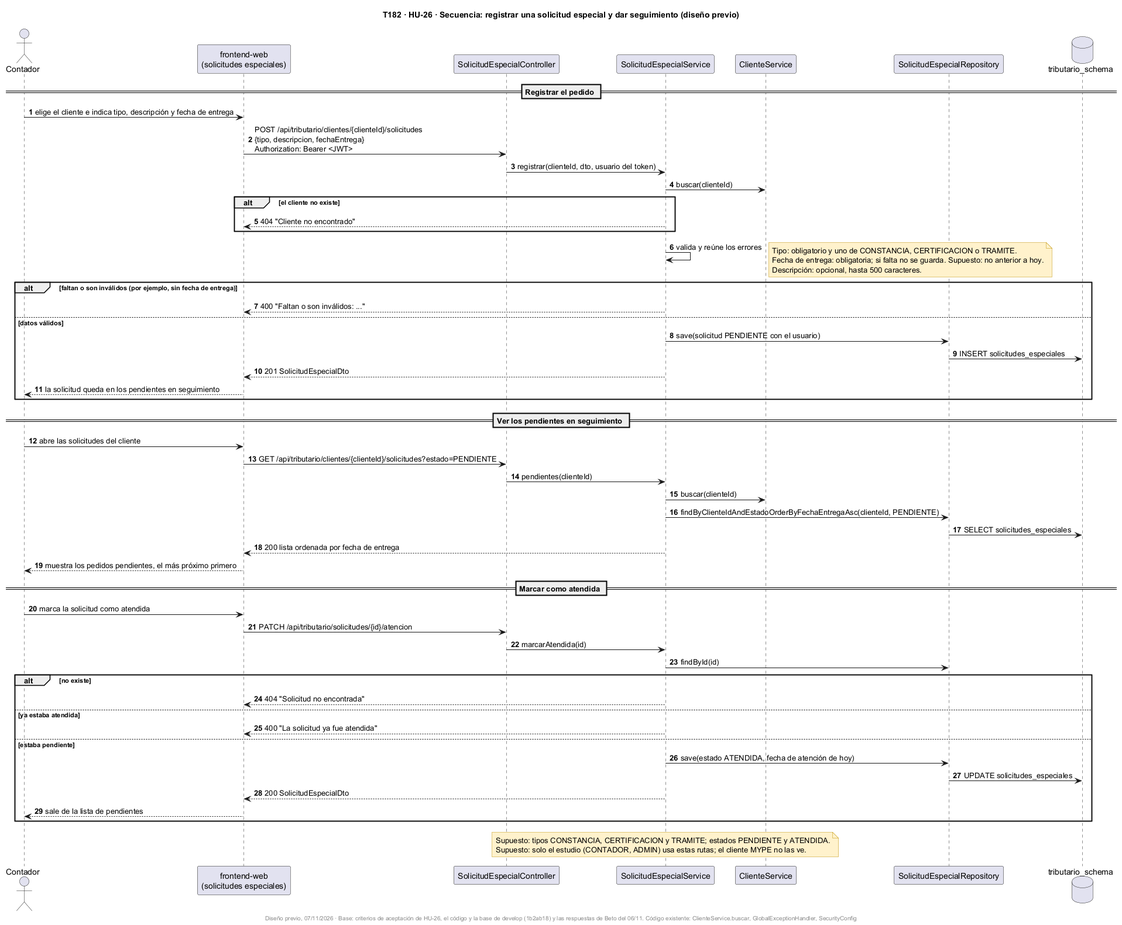
This is docs/uml/img/T182-HU26-secuencia-solicitud-especial.png from fabianrodriguez33/plus-contable, a PlantUML export, as it was before one commit. Source of this version:
```plantuml
@startuml
title T182 · HU-26 · Secuencia: registrar una solicitud especial y dar seguimiento (diseño previo)
skinparam shadowing false
skinparam noteBackgroundColor #FFF2CC
skinparam noteBorderColor #BF9000
autonumber

actor "Contador" as U
participant "frontend-web\n(solicitudes especiales)" as FE
participant "SolicitudEspecialController" as SC
participant "SolicitudEspecialService" as SS
participant "ClienteService" as CS
participant "SolicitudEspecialRepository" as SR
database "tributario_schema" as DB

== Registrar el pedido ==
U -> FE : elige el cliente e indica tipo, descripción y fecha de entrega
FE -> SC : POST /api/tributario/clientes/{clienteId}/solicitudes\n{tipo, descripcion, fechaEntrega}\nAuthorization: Bearer <JWT>
SC -> SS : registrar(clienteId, dto, usuario del token)
SS -> CS : buscar(clienteId)
alt el cliente no existe
  SS --> FE : 404 "Cliente no encontrado"
end
SS -> SS : valida y reúne los errores
note right
  Tipo: obligatorio y uno de CONSTANCIA, CERTIFICACION o TRAMITE.
  Fecha de entrega: obligatoria; si falta no se guarda. Supuesto: no anterior a hoy.
  Descripción: opcional, hasta 500 caracteres.
end note
alt faltan o son inválidos (por ejemplo, sin fecha de entrega)
  SS --> FE : 400 "Faltan o son inválidos: ..."
else datos válidos
  SS -> SR : save(solicitud PENDIENTE con el usuario)
  SR -> DB : INSERT solicitudes_especiales
  SS --> FE : 201 SolicitudEspecialDto
  FE --> U : la solicitud queda en los pendientes en seguimiento
end

== Ver los pendientes en seguimiento ==
U -> FE : abre las solicitudes del cliente
FE -> SC : GET /api/tributario/clientes/{clienteId}/solicitudes?estado=PENDIENTE
SC -> SS : pendientes(clienteId)
SS -> CS : buscar(clienteId)
SS -> SR : findByClienteIdAndEstadoOrderByFechaEntregaAsc(clienteId, PENDIENTE)
SR -> DB : SELECT solicitudes_especiales
SS --> FE : 200 lista ordenada por fecha de entrega
FE --> U : muestra los pedidos pendientes, el más próximo primero

== Marcar como atendida ==
U -> FE : marca la solicitud como atendida
FE -> SC : PATCH /api/tributario/solicitudes/{id}/atencion
SC -> SS : marcarAtendida(id)
SS -> SR : findById(id)
alt no existe
  SS --> FE : 404 "Solicitud no encontrada"
else ya estaba atendida
  SS --> FE : 400 "La solicitud ya fue atendida"
else estaba pendiente
  SS -> SR : save(estado ATENDIDA, fecha de atención de hoy)
  SR -> DB : UPDATE solicitudes_especiales
  SS --> FE : 200 SolicitudEspecialDto
  FE --> U : sale de la lista de pendientes
end

note over SS
  Supuesto: tipos CONSTANCIA, CERTIFICACION y TRAMITE; estados PENDIENTE y ATENDIDA.
  Supuesto: solo el estudio (CONTADOR, ADMIN) usa estas rutas; el cliente MYPE no las ve.
end note
footer Diseño previo, 07/11/2026 · Base: criterios de aceptación de HU-26, el código y la base de develop (1b2ab18) y las respuestas de Beto del 06/11. Código existente: ClienteService.buscar, GlobalExceptionHandler, SecurityConfig
@enduml
```
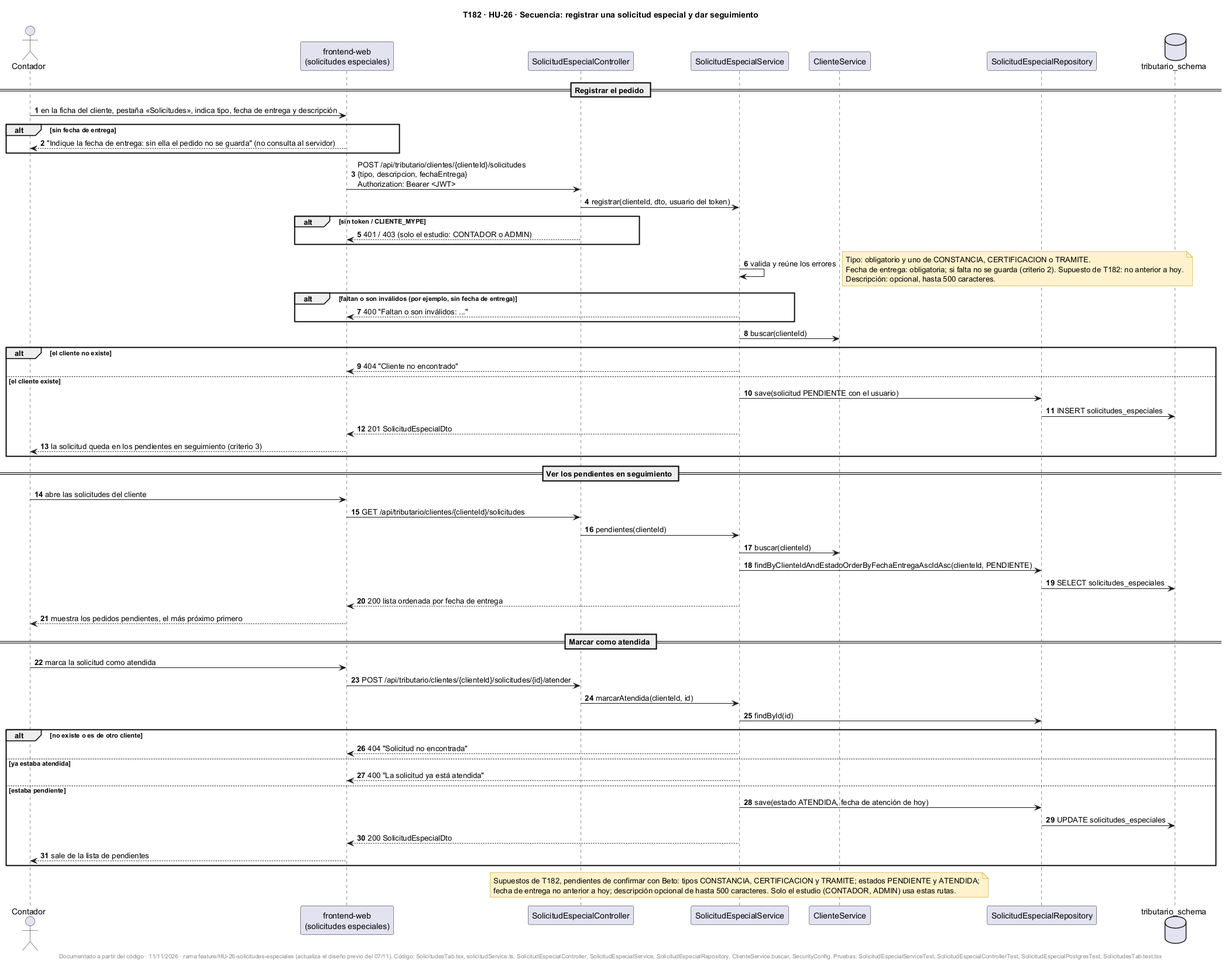
The same diagram one commit later.

The edit, as a diff of the source:
```diff
@@ -1,5 +1,5 @@
 @startuml
-title T182 · HU-26 · Secuencia: registrar una solicitud especial y dar seguimiento (diseño previo)
+title T182 · HU-26 · Secuencia: registrar una solicitud especial y dar seguimiento
 skinparam shadowing false
 skinparam noteBackgroundColor #FFF2CC
 skinparam noteBorderColor #BF9000
@@ -14,47 +14,53 @@
 database "tributario_schema" as DB
 
 == Registrar el pedido ==
-U -> FE : elige el cliente e indica tipo, descripción y fecha de entrega
+U -> FE : en la ficha del cliente, pestaña «Solicitudes», indica tipo, fecha de entrega y descripción
+alt sin fecha de entrega
+  FE --> U : "Indique la fecha de entrega: sin ella el pedido no se guarda" (no consulta al servidor)
+end
 FE -> SC : POST /api/tributario/clientes/{clienteId}/solicitudes\n{tipo, descripcion, fechaEntrega}\nAuthorization: Bearer <JWT>
 SC -> SS : registrar(clienteId, dto, usuario del token)
-SS -> CS : buscar(clienteId)
-alt el cliente no existe
-  SS --> FE : 404 "Cliente no encontrado"
+alt sin token / CLIENTE_MYPE
+  SC --> FE : 401 / 403 (solo el estudio: CONTADOR o ADMIN)
 end
 SS -> SS : valida y reúne los errores
 note right
   Tipo: obligatorio y uno de CONSTANCIA, CERTIFICACION o TRAMITE.
-  Fecha de entrega: obligatoria; si falta no se guarda. Supuesto: no anterior a hoy.
+  Fecha de entrega: obligatoria; si falta no se guarda (criterio 2). Supuesto de T182: no anterior a hoy.
   Descripción: opcional, hasta 500 caracteres.
 end note
 alt faltan o son inválidos (por ejemplo, sin fecha de entrega)
   SS --> FE : 400 "Faltan o son inválidos: ..."
-else datos válidos
+end
+SS -> CS : buscar(clienteId)
+alt el cliente no existe
+  SS --> FE : 404 "Cliente no encontrado"
+else el cliente existe
   SS -> SR : save(solicitud PENDIENTE con el usuario)
   SR -> DB : INSERT solicitudes_especiales
   SS --> FE : 201 SolicitudEspecialDto
-  FE --> U : la solicitud queda en los pendientes en seguimiento
+  FE --> U : la solicitud queda en los pendientes en seguimiento (criterio 3)
 end
 
 == Ver los pendientes en seguimiento ==
 U -> FE : abre las solicitudes del cliente
-FE -> SC : GET /api/tributario/clientes/{clienteId}/solicitudes?estado=PENDIENTE
+FE -> SC : GET /api/tributario/clientes/{clienteId}/solicitudes
 SC -> SS : pendientes(clienteId)
 SS -> CS : buscar(clienteId)
-SS -> SR : findByClienteIdAndEstadoOrderByFechaEntregaAsc(clienteId, PENDIENTE)
+SS -> SR : findByClienteIdAndEstadoOrderByFechaEntregaAscIdAsc(clienteId, PENDIENTE)
 SR -> DB : SELECT solicitudes_especiales
 SS --> FE : 200 lista ordenada por fecha de entrega
 FE --> U : muestra los pedidos pendientes, el más próximo primero
 
 == Marcar como atendida ==
 U -> FE : marca la solicitud como atendida
-FE -> SC : PATCH /api/tributario/solicitudes/{id}/atencion
-SC -> SS : marcarAtendida(id)
+FE -> SC : POST /api/tributario/clientes/{clienteId}/solicitudes/{id}/atender
+SC -> SS : marcarAtendida(clienteId, id)
 SS -> SR : findById(id)
-alt no existe
+alt no existe o es de otro cliente
   SS --> FE : 404 "Solicitud no encontrada"
 else ya estaba atendida
-  SS --> FE : 400 "La solicitud ya fue atendida"
+  SS --> FE : 400 "La solicitud ya está atendida"
 else estaba pendiente
   SS -> SR : save(estado ATENDIDA, fecha de atención de hoy)
   SR -> DB : UPDATE solicitudes_especiales
@@ -63,8 +69,8 @@
 end
 
 note over SS
-  Supuesto: tipos CONSTANCIA, CERTIFICACION y TRAMITE; estados PENDIENTE y ATENDIDA.
-  Supuesto: solo el estudio (CONTADOR, ADMIN) usa estas rutas; el cliente MYPE no las ve.
+  Supuestos de T182, pendientes de confirmar con Beto: tipos CONSTANCIA, CERTIFICACION y TRAMITE; estados PENDIENTE y ATENDIDA;
+  fecha de entrega no anterior a hoy; descripción opcional de hasta 500 caracteres. Solo el estudio (CONTADOR, ADMIN) usa estas rutas.
 end note
-footer Diseño previo, 07/11/2026 · Base: criterios de aceptación de HU-26, el código y la base de develop (1b2ab18) y las respuestas de Beto del 06/11. Código existente: ClienteService.buscar, GlobalExceptionHandler, SecurityConfig
+footer Documentado a partir del código · 11/11/2026 · rama feature/HU-26-solicitudes-especiales (actualiza el diseño previo del 07/11). Código: SolicitudesTab.tsx, solicitudService.ts, SolicitudEspecialController, SolicitudEspecialService, SolicitudEspecialRepository, ClienteService.buscar, SecurityConfig. Pruebas: SolicitudEspecialServiceTest, SolicitudEspecialControllerTest, SolicitudEspecialPostgresTest, SolicitudesTab.test.tsx
 @enduml
```
